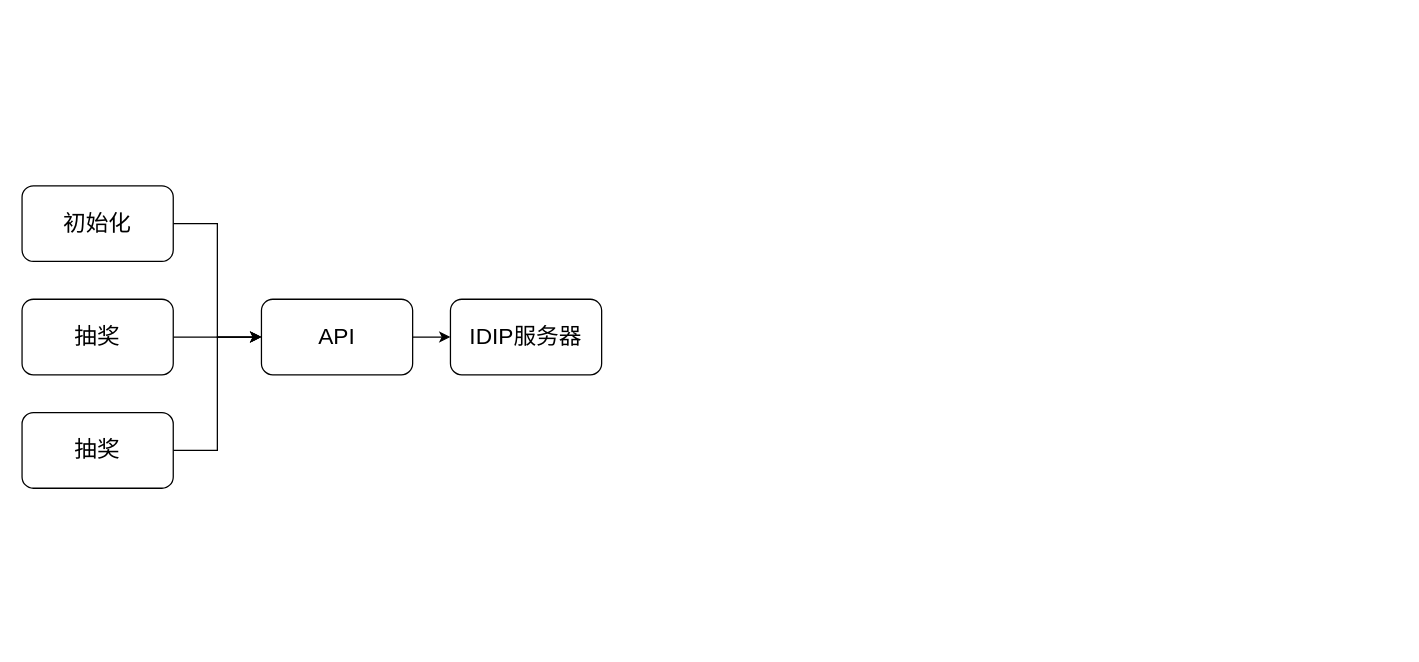
Earlier version of the draw.io diagram 道奇背景.drawio (dingdu/7days-golang). Source tidied: cells renumbered, new cells numbered last; positions are measured from the earlier drawing's top-left corner, leaving out a move shared by most shapes. Both pictures are drawn from the tidied source at 126%, with x=0, y=0 at pixel (21, 185).
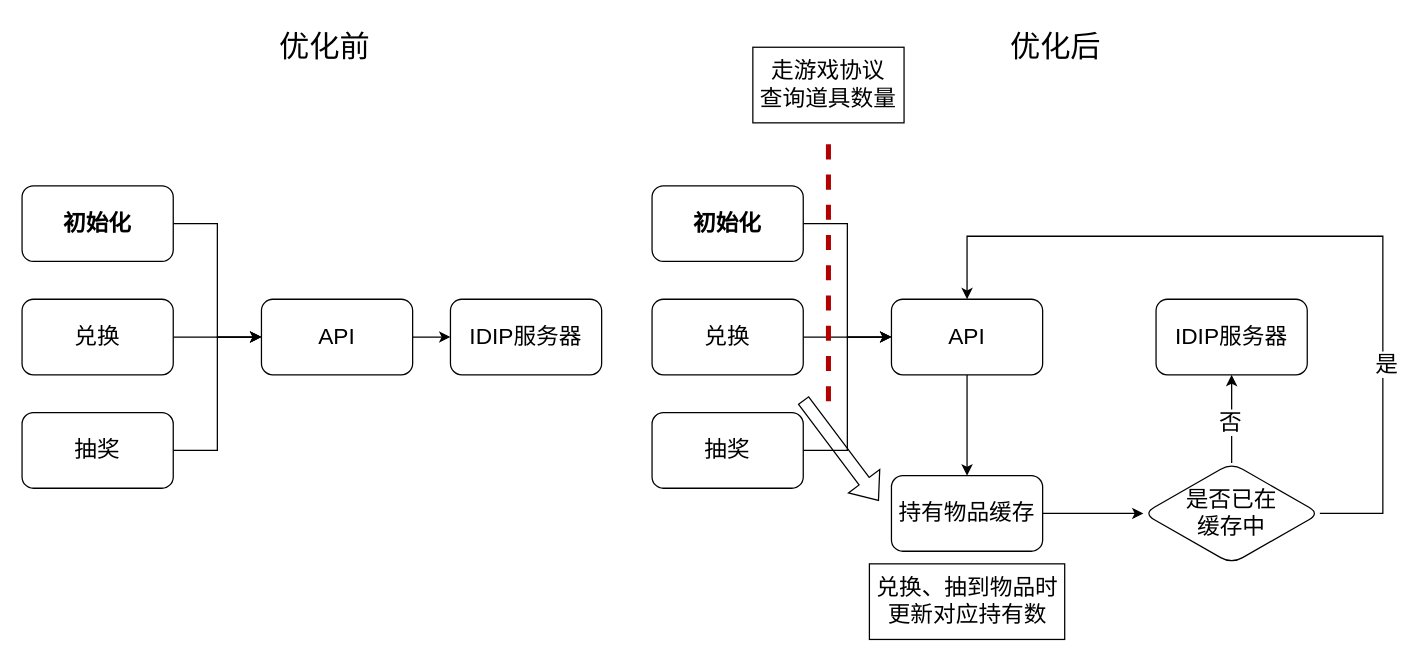
After the change.

Commit message:
更新道奇背景.drawio

The edit, as a diff of the source:
```diff
@@
-    <mxCell id="3" value="初始化" style="rounded=1;whiteSpace=wrap;html=1;fontSize=18;" parent="1" vertex="1">
+    <mxCell id="3" value="初始化" style="rounded=1;whiteSpace=wrap;html=1;fontSize=18;fontStyle=1;" parent="1" vertex="1">
       <mxGeometry width="120" height="60" as="geometry" />
     </mxCell>
@@
-    <mxCell id="5" value="抽奖" style="rounded=1;whiteSpace=wrap;html=1;fontSize=18;" parent="1" vertex="1">
+    <mxCell id="5" value="兑换" style="rounded=1;whiteSpace=wrap;html=1;fontSize=18;" parent="1" vertex="1">
       <mxGeometry y="90" width="120" height="60" as="geometry" />
     </mxCell>
@@
+    <mxCell id="11" style="edgeStyle=orthogonalEdgeStyle;rounded=0;jettySize=auto;html=1;entryX=0;entryY=0.5;entryDx=0;entryDy=0;fontSize=18;shadow=0;" parent="1" edge="1" source="12" target="18">
+      <mxGeometry relative="1" as="geometry" />
+    </mxCell>
+    <mxCell id="12" value="初始化" style="rounded=1;whiteSpace=wrap;html=1;fontSize=18;fontStyle=1;" parent="1" vertex="1">
+      <mxGeometry x="500" width="120" height="60" as="geometry" />
+    </mxCell>
+    <mxCell id="13" style="edgeStyle=orthogonalEdgeStyle;rounded=0;jettySize=auto;html=1;fontSize=18;" parent="1" edge="1" source="14" target="18">
+      <mxGeometry relative="1" as="geometry" />
+    </mxCell>
+    <mxCell id="14" value="兑换" style="rounded=1;whiteSpace=wrap;html=1;fontSize=18;" parent="1" vertex="1">
+      <mxGeometry x="500" y="90" width="120" height="60" as="geometry" />
+    </mxCell>
+    <mxCell id="15" style="edgeStyle=orthogonalEdgeStyle;rounded=0;jettySize=auto;html=1;entryX=0;entryY=0.5;entryDx=0;entryDy=0;fontSize=18;" parent="1" edge="1" source="16" target="18">
+      <mxGeometry relative="1" as="geometry" />
+    </mxCell>
+    <mxCell id="16" value="抽奖" style="rounded=1;whiteSpace=wrap;html=1;fontSize=18;" parent="1" vertex="1">
+      <mxGeometry x="500" y="180" width="120" height="60" as="geometry" />
+    </mxCell>
+    <mxCell id="17" style="edgeStyle=orthogonalEdgeStyle;rounded=0;jettySize=auto;html=1;strokeWidth=1;fontSize=18;endSize=6;" parent="1" edge="1" source="18" target="23">
+      <mxGeometry relative="1" as="geometry" />
+    </mxCell>
+    <mxCell id="18" value="API" style="rounded=1;whiteSpace=wrap;html=1;fontSize=18;" parent="1" vertex="1">
+      <mxGeometry x="690" y="90" width="120" height="60" as="geometry" />
+    </mxCell>
+    <mxCell id="19" value="IDIP服务器" style="rounded=1;whiteSpace=wrap;html=1;fontSize=18;" parent="1" vertex="1">
+      <mxGeometry x="900" y="90" width="120" height="60" as="geometry" />
+    </mxCell>
+    <mxCell id="20" style="endArrow=none;dashed=1;html=1;rounded=0;fontStyle=1;strokeWidth=4;fillColor=#e51400;strokeColor=#B20000;" parent="1" edge="1">
+      <mxGeometry relative="1" as="geometry">
+        <mxPoint x="640" y="171" as="sourcePoint" />
+        <mxPoint x="640" y="-39" as="targetPoint" />
+      </mxGeometry>
+    </mxCell>
+    <mxCell id="21" value="&lt;font style=&quot;font-size: 18px;&quot;&gt;走游戏协议&lt;br&gt;查询道具数量&lt;/font&gt;" style="rounded=0;whiteSpace=wrap;html=1;" parent="1" vertex="1">
+      <mxGeometry x="580" y="-110" width="120" height="60" as="geometry" />
+    </mxCell>
+    <mxCell id="22" style="edgeStyle=orthogonalEdgeStyle;rounded=0;jettySize=auto;html=1;strokeWidth=1;fontSize=18;endSize=6;" parent="1" edge="1" source="23" target="28">
+      <mxGeometry relative="1" as="geometry" />
+    </mxCell>
+    <mxCell id="23" value="持有物品缓存" style="rounded=1;whiteSpace=wrap;html=1;fontSize=18;" parent="1" vertex="1">
+      <mxGeometry x="690" y="230" width="120" height="60" as="geometry" />
+    </mxCell>
+    <mxCell id="24" style="edgeStyle=orthogonalEdgeStyle;rounded=0;jettySize=auto;html=1;strokeWidth=1;fontSize=18;endSize=6;" parent="1" edge="1" source="28" target="19">
+      <mxGeometry relative="1" as="geometry" />
+    </mxCell>
+    <mxCell id="25" value="否" style="edgeLabel;html=1;align=center;verticalAlign=middle;fontSize=18;" parent="24" vertex="1">
+      <mxGeometry x="-0.06" y="2" relative="1" as="geometry" />
+    </mxCell>
+    <mxCell id="26" style="edgeStyle=orthogonalEdgeStyle;rounded=0;jettySize=auto;html=1;entryX=0.5;entryY=0;entryDx=0;entryDy=0;strokeWidth=1;fontSize=18;endSize=6;" parent="1" edge="1" source="28" target="18">
+      <mxGeometry relative="1" as="geometry">
+        <Array as="points">
+          <mxPoint x="1080" y="260" />
+          <mxPoint x="1080" y="40" />
+          <mxPoint x="750" y="40" />
+        </Array>
+      </mxGeometry>
+    </mxCell>
+    <mxCell id="27" value="是" style="edgeLabel;html=1;align=center;verticalAlign=middle;fontSize=18;" parent="26" vertex="1">
+      <mxGeometry x="-0.48" y="-2" relative="1" as="geometry" />
+    </mxCell>
+    <mxCell id="28" value="是否已在&lt;br&gt;缓存中" style="rhombus;whiteSpace=wrap;html=1;fontSize=18;rounded=1;" parent="1" vertex="1">
+      <mxGeometry x="890" y="220" width="140" height="80" as="geometry" />
+    </mxCell>
+    <mxCell id="29" style="shape=flexArrow;endArrow=classic;html=1;rounded=0;strokeWidth=1;fontSize=18;endSize=6;" parent="1" edge="1">
+      <mxGeometry relative="1" as="geometry">
+        <mxPoint x="620" y="170" as="sourcePoint" />
+        <mxPoint x="680" y="250" as="targetPoint" />
+      </mxGeometry>
+    </mxCell>
+    <mxCell id="30" value="兑换、抽到物品时&lt;br style=&quot;border-color: var(--border-color);&quot;&gt;&lt;span style=&quot;&quot;&gt;更新对应持有数&lt;/span&gt;" style="rounded=0;whiteSpace=wrap;html=1;fontSize=18;" parent="1" vertex="1">
+      <mxGeometry x="672.5" y="300" width="155" height="60" as="geometry" />
+    </mxCell>
+    <mxCell id="31" value="&lt;font style=&quot;font-size: 24px;&quot;&gt;优化前&lt;/font&gt;" style="text;html=1;align=center;verticalAlign=middle;strokeColor=none;fillColor=none;fontSize=18;" parent="1" vertex="1">
+      <mxGeometry x="190" y="-130" width="100" height="40" as="geometry" />
+    </mxCell>
+    <mxCell id="32" value="&lt;font style=&quot;font-size: 24px;&quot;&gt;优化后&lt;/font&gt;" style="text;html=1;align=center;verticalAlign=middle;strokeColor=none;fillColor=none;fontSize=18;" parent="1" vertex="1">
+      <mxGeometry x="770" y="-130" width="100" height="40" as="geometry" />
+    </mxCell>
```
